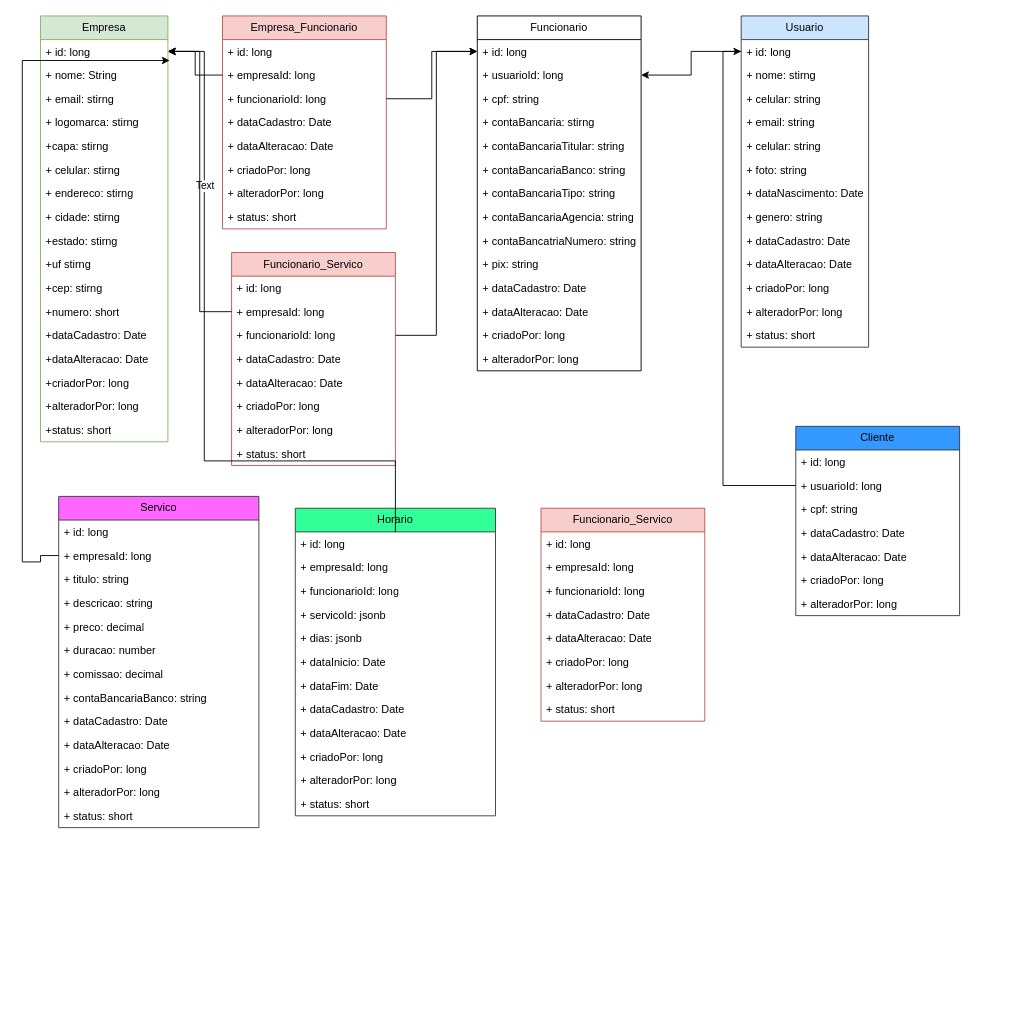
Above: Diagrama sem nome.drawio in elsoncosta/GoBarber (draw.io), before the change. Source tidied: cells renumbered, new cells numbered last; positions are measured from the earlier drawing's top-left corner, leaving out a move shared by most shapes. Both pictures are drawn from the tidied source at 91%, with x=0, y=0 at pixel (22, 15).
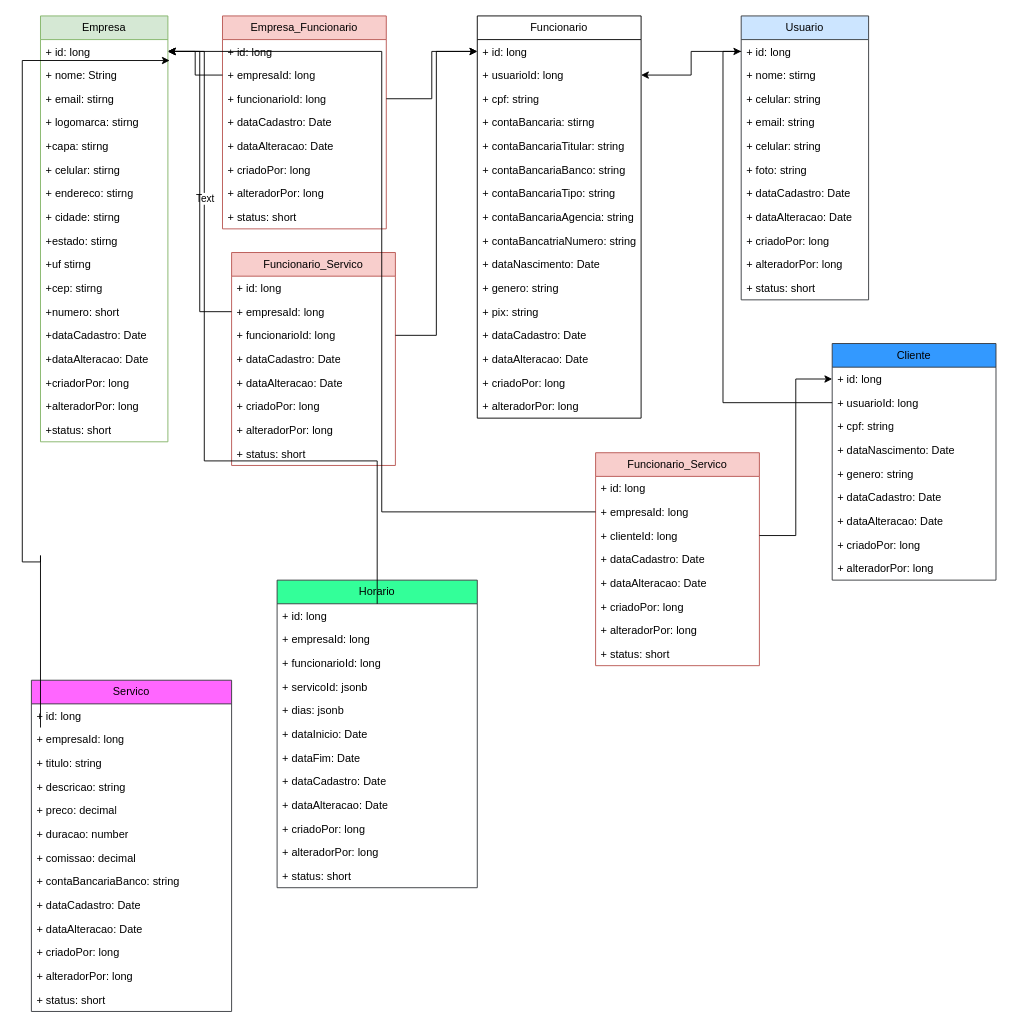
Above is the later version.

The change refers to these unchanged cells:
```xml
<mxCell id="3" value="+ id: long" style="text;strokeColor=none;fillColor=none;align=left;verticalAlign=top;spacingLeft=4;spacingRight=4;overflow=hidden;points=[[0,0.5],[1,0.5]];portConstraint=eastwest;whiteSpace=wrap;html=1;" parent="2" vertex="1">
  <mxGeometry y="26" width="140" height="26" as="geometry" />
</mxCell>
<mxCell id="103" value="+ id: long" style="text;strokeColor=none;fillColor=none;align=left;verticalAlign=top;spacingLeft=4;spacingRight=4;overflow=hidden;points=[[0,0.5],[1,0.5]];portConstraint=eastwest;whiteSpace=wrap;html=1;" parent="102" vertex="1">
  <mxGeometry y="26" width="180" height="26" as="geometry" />
</mxCell>
<mxCell id="113" value="+ empresaId: long" style="text;strokeColor=none;fillColor=none;align=left;verticalAlign=top;spacingLeft=4;spacingRight=4;overflow=hidden;points=[[0,0.5],[1,0.5]];portConstraint=eastwest;whiteSpace=wrap;html=1;" parent="111" vertex="1">
  <mxGeometry y="52" width="180" height="26" as="geometry" />
</mxCell>
```

The edit, as a diff of the source:
```diff
@@
     <mxCell id="20" value="Usuario" style="swimlane;fontStyle=0;horizontal=1;startSize=26;fillColor=#cce5ff;whiteSpace=wrap;html=1;strokeColor=#36393d;" parent="1" vertex="1">
-      <mxGeometry x="790" width="140" height="364" as="geometry" />
+      <mxGeometry x="790" width="140" height="312" as="geometry" />
     </mxCell>
@@
-    <mxCell id="27" value="+ dataNascimento: Date" style="text;strokeColor=none;fillColor=none;align=left;verticalAlign=top;spacingLeft=4;spacingRight=4;overflow=hidden;whiteSpace=wrap;html=1;" parent="20" vertex="1">
-      <mxGeometry y="182" width="140" height="26" as="geometry" />
-    </mxCell>
-    <mxCell id="28" value="+ genero: string" style="text;strokeColor=none;fillColor=none;align=left;verticalAlign=top;spacingLeft=4;spacingRight=4;overflow=hidden;whiteSpace=wrap;html=1;" parent="20" vertex="1">
-      <mxGeometry y="208" width="140" height="26" as="geometry" />
-    </mxCell>
     <mxCell id="29" value="+ dataCadastro: Date" style="text;strokeColor=none;fillColor=none;align=left;verticalAlign=top;spacingLeft=4;spacingRight=4;overflow=hidden;whiteSpace=wrap;html=1;" parent="20" vertex="1">
-      <mxGeometry y="234" width="140" height="26" as="geometry" />
+      <mxGeometry y="182" width="140" height="26" as="geometry" />
     </mxCell>
     <mxCell id="30" value="+ dataAlteracao: Date" style="text;strokeColor=none;fillColor=none;align=left;verticalAlign=top;spacingLeft=4;spacingRight=4;overflow=hidden;whiteSpace=wrap;html=1;" parent="20" vertex="1">
-      <mxGeometry y="260" width="140" height="26" as="geometry" />
+      <mxGeometry y="208" width="140" height="26" as="geometry" />
     </mxCell>
     <mxCell id="31" value="+ criadoPor: long" style="text;strokeColor=none;fillColor=none;align=left;verticalAlign=top;spacingLeft=4;spacingRight=4;overflow=hidden;whiteSpace=wrap;html=1;" parent="20" vertex="1">
-      <mxGeometry y="286" width="140" height="26" as="geometry" />
+      <mxGeometry y="234" width="140" height="26" as="geometry" />
     </mxCell>
     <mxCell id="32" value="+ alteradorPor: long" style="text;strokeColor=none;fillColor=none;align=left;verticalAlign=top;spacingLeft=4;spacingRight=4;overflow=hidden;whiteSpace=wrap;html=1;" parent="20" vertex="1">
-      <mxGeometry y="312" width="140" height="26" as="geometry" />
+      <mxGeometry y="260" width="140" height="26" as="geometry" />
     </mxCell>
     <mxCell id="33" value="+ status: short" style="text;strokeColor=none;fillColor=none;align=left;verticalAlign=top;spacingLeft=4;spacingRight=4;overflow=hidden;whiteSpace=wrap;html=1;" parent="20" vertex="1">
-      <mxGeometry y="338" width="140" height="26" as="geometry" />
+      <mxGeometry y="286" width="140" height="26" as="geometry" />
     </mxCell>
     <mxCell id="34" value="Funcionario" style="swimlane;fontStyle=0;horizontal=1;startSize=26;fillColor=none;whiteSpace=wrap;html=1;" parent="1" vertex="1">
-      <mxGeometry x="500" width="180" height="390" as="geometry" />
+      <mxGeometry x="500" width="180" height="442" as="geometry" />
     </mxCell>
@@
+    <mxCell id="27" value="+ dataNascimento: Date" style="text;strokeColor=none;fillColor=none;align=left;verticalAlign=top;spacingLeft=4;spacingRight=4;overflow=hidden;whiteSpace=wrap;html=1;" parent="34" vertex="1">
+      <mxGeometry y="260" width="180" height="26" as="geometry" />
+    </mxCell>
+    <mxCell id="28" value="+ genero: string" style="text;strokeColor=none;fillColor=none;align=left;verticalAlign=top;spacingLeft=4;spacingRight=4;overflow=hidden;whiteSpace=wrap;html=1;" parent="34" vertex="1">
+      <mxGeometry y="286" width="180" height="26" as="geometry" />
+    </mxCell>
     <mxCell id="44" value="+ pix: string" style="text;strokeColor=none;fillColor=none;align=left;verticalAlign=top;spacingLeft=4;spacingRight=4;overflow=hidden;whiteSpace=wrap;html=1;" parent="34" vertex="1">
-      <mxGeometry y="260" width="180" height="26" as="geometry" />
+      <mxGeometry y="312" width="180" height="26" as="geometry" />
     </mxCell>
     <mxCell id="45" value="+ dataCadastro: Date" style="text;strokeColor=none;fillColor=none;align=left;verticalAlign=top;spacingLeft=4;spacingRight=4;overflow=hidden;whiteSpace=wrap;html=1;" parent="34" vertex="1">
-      <mxGeometry y="286" width="180" height="26" as="geometry" />
+      <mxGeometry y="338" width="180" height="26" as="geometry" />
     </mxCell>
     <mxCell id="46" value="+ dataAlteracao: Date" style="text;strokeColor=none;fillColor=none;align=left;verticalAlign=top;spacingLeft=4;spacingRight=4;overflow=hidden;whiteSpace=wrap;html=1;" parent="34" vertex="1">
-      <mxGeometry y="312" width="180" height="26" as="geometry" />
+      <mxGeometry y="364" width="180" height="26" as="geometry" />
     </mxCell>
     <mxCell id="47" value="+ criadoPor: long" style="text;strokeColor=none;fillColor=none;align=left;verticalAlign=top;spacingLeft=4;spacingRight=4;overflow=hidden;whiteSpace=wrap;html=1;" parent="34" vertex="1">
-      <mxGeometry y="338" width="180" height="26" as="geometry" />
+      <mxGeometry y="390" width="180" height="26" as="geometry" />
     </mxCell>
     <mxCell id="48" value="+ alteradorPor: long" style="text;strokeColor=none;fillColor=none;align=left;verticalAlign=top;spacingLeft=4;spacingRight=4;overflow=hidden;whiteSpace=wrap;html=1;" parent="34" vertex="1">
-      <mxGeometry y="364" width="180" height="26" as="geometry" />
+      <mxGeometry y="416" width="180" height="26" as="geometry" />
     </mxCell>
     <mxCell id="49" value="Servico" style="swimlane;fontStyle=0;horizontal=1;startSize=26;fillColor=#FF66FF;whiteSpace=wrap;html=1;strokeColor=#36393d;" parent="1" vertex="1">
-      <mxGeometry x="40" y="528" width="220" height="364" as="geometry" />
+      <mxGeometry x="10" y="730" width="220" height="364" as="geometry" />
     </mxCell>
@@
     <mxCell id="63" value="Horario" style="swimlane;fontStyle=0;horizontal=1;startSize=26;fillColor=#33FF99;whiteSpace=wrap;html=1;strokeColor=#36393d;" parent="1" vertex="1">
-      <mxGeometry x="300" y="541" width="220" height="338" as="geometry" />
+      <mxGeometry x="280" y="620" width="220" height="338" as="geometry" />
     </mxCell>
@@
     <mxCell id="102" value="Cliente" style="swimlane;fontStyle=0;horizontal=1;startSize=26;fillColor=#3399FF;whiteSpace=wrap;html=1;strokeColor=#36393d;" parent="1" vertex="1">
-      <mxGeometry x="850" y="451" width="180" height="208" as="geometry" />
+      <mxGeometry x="890" y="360" width="180" height="260" as="geometry" />
     </mxCell>
@@
+    <mxCell id="120" value="+ dataNascimento: Date" style="text;strokeColor=none;fillColor=none;align=left;verticalAlign=top;spacingLeft=4;spacingRight=4;overflow=hidden;whiteSpace=wrap;html=1;" parent="102" vertex="1">
+      <mxGeometry y="104" width="180" height="26" as="geometry" />
+    </mxCell>
+    <mxCell id="121" value="+ genero: string" style="text;strokeColor=none;fillColor=none;align=left;verticalAlign=top;spacingLeft=4;spacingRight=4;overflow=hidden;whiteSpace=wrap;html=1;" parent="102" vertex="1">
+      <mxGeometry y="130" width="180" height="26" as="geometry" />
+    </mxCell>
     <mxCell id="106" value="+ dataCadastro: Date" style="text;strokeColor=none;fillColor=none;align=left;verticalAlign=top;spacingLeft=4;spacingRight=4;overflow=hidden;whiteSpace=wrap;html=1;" parent="102" vertex="1">
-      <mxGeometry y="104" width="180" height="26" as="geometry" />
+      <mxGeometry y="156" width="180" height="26" as="geometry" />
     </mxCell>
     <mxCell id="107" value="+ dataAlteracao: Date" style="text;strokeColor=none;fillColor=none;align=left;verticalAlign=top;spacingLeft=4;spacingRight=4;overflow=hidden;whiteSpace=wrap;html=1;" parent="102" vertex="1">
-      <mxGeometry y="130" width="180" height="26" as="geometry" />
+      <mxGeometry y="182" width="180" height="26" as="geometry" />
     </mxCell>
     <mxCell id="108" value="+ criadoPor: long" style="text;strokeColor=none;fillColor=none;align=left;verticalAlign=top;spacingLeft=4;spacingRight=4;overflow=hidden;whiteSpace=wrap;html=1;" parent="102" vertex="1">
-      <mxGeometry y="156" width="180" height="26" as="geometry" />
+      <mxGeometry y="208" width="180" height="26" as="geometry" />
     </mxCell>
     <mxCell id="109" value="+ alteradorPor: long" style="text;strokeColor=none;fillColor=none;align=left;verticalAlign=top;spacingLeft=4;spacingRight=4;overflow=hidden;whiteSpace=wrap;html=1;" parent="102" vertex="1">
-      <mxGeometry y="182" width="180" height="26" as="geometry" />
+      <mxGeometry y="234" width="180" height="26" as="geometry" />
     </mxCell>
@@
     <mxCell id="111" value="Funcionario_Servico" style="swimlane;fontStyle=0;horizontal=1;startSize=26;fillColor=#f8cecc;whiteSpace=wrap;html=1;strokeColor=#b85450;" parent="1" vertex="1">
-      <mxGeometry x="570" y="541" width="180" height="234" as="geometry" />
+      <mxGeometry x="630" y="480" width="180" height="234" as="geometry" />
     </mxCell>
@@
-    <mxCell id="114" value="+ funcionarioId: long" style="text;strokeColor=none;fillColor=none;align=left;verticalAlign=top;spacingLeft=4;spacingRight=4;overflow=hidden;points=[[0,0.5],[1,0.5]];portConstraint=eastwest;whiteSpace=wrap;html=1;" parent="111" vertex="1">
+    <mxCell id="114" value="+ clienteId: long" style="text;strokeColor=none;fillColor=none;align=left;verticalAlign=top;spacingLeft=4;spacingRight=4;overflow=hidden;points=[[0,0.5],[1,0.5]];portConstraint=eastwest;whiteSpace=wrap;html=1;" parent="111" vertex="1">
       <mxGeometry y="78" width="180" height="26" as="geometry" />
     </mxCell>
@@
+    <mxCell id="122" style="edgeStyle=orthogonalEdgeStyle;rounded=0;jettySize=auto;html=1;" parent="1" edge="1" source="114" target="103">
+      <mxGeometry relative="1" as="geometry" />
+    </mxCell>
+    <mxCell id="123" style="edgeStyle=orthogonalEdgeStyle;rounded=0;jettySize=auto;html=1;" parent="1" edge="1" source="113" target="3">
+      <mxGeometry relative="1" as="geometry" />
+    </mxCell>
```
